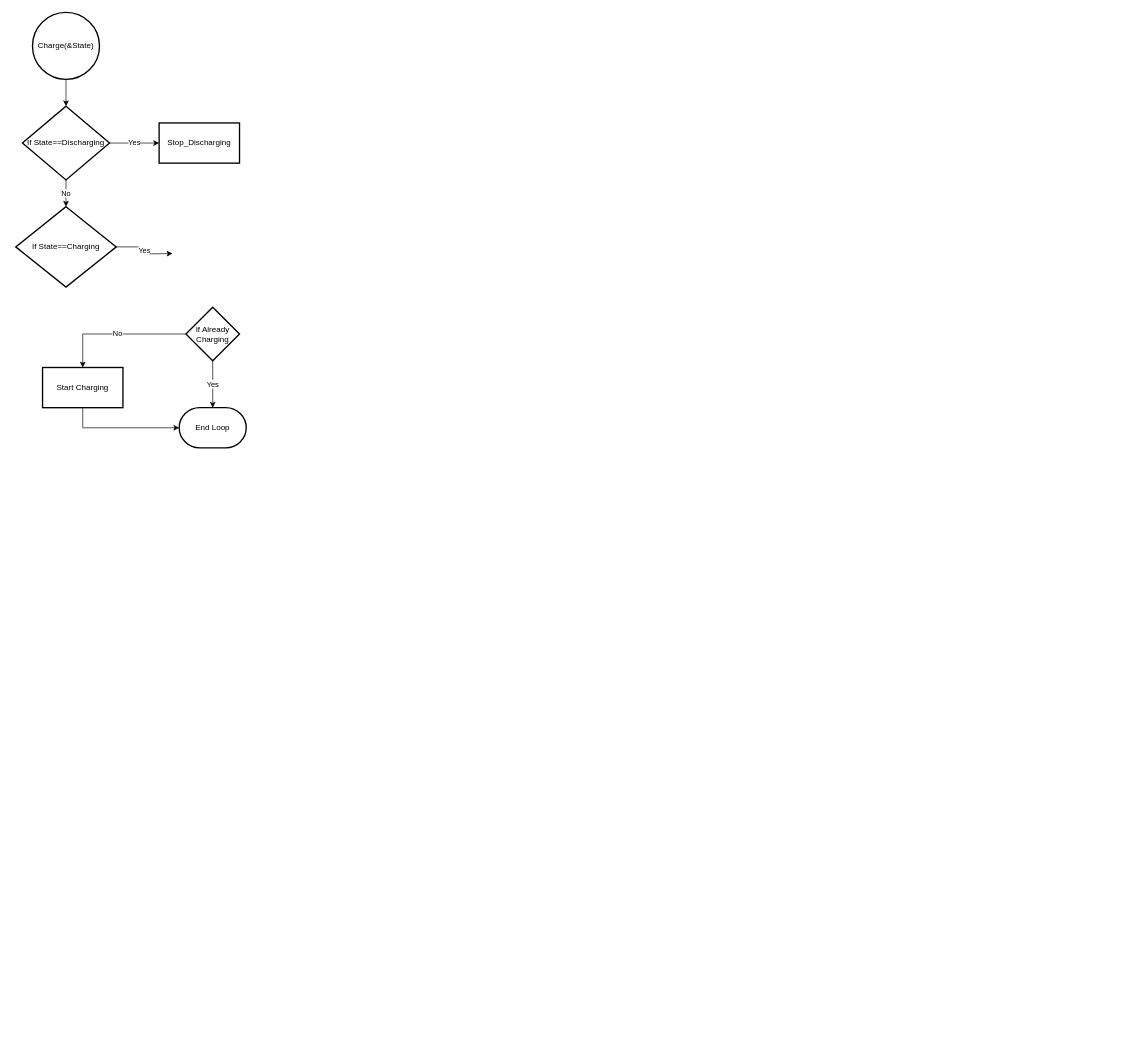
The draw.io diagram page "Action_Class_Flowchart" (1 of 4) of Software_Diagrams/Untitled Diagram.drawio in calebschmurr/CAES_Controls, before the edit. Source tidied: cells renumbered, new cells numbered last; positions are measured from the earlier drawing's top-left corner, leaving out a move shared by most shapes. Both pictures are drawn from the tidied source at 67%, with x=0, y=0 at pixel (15, 12).
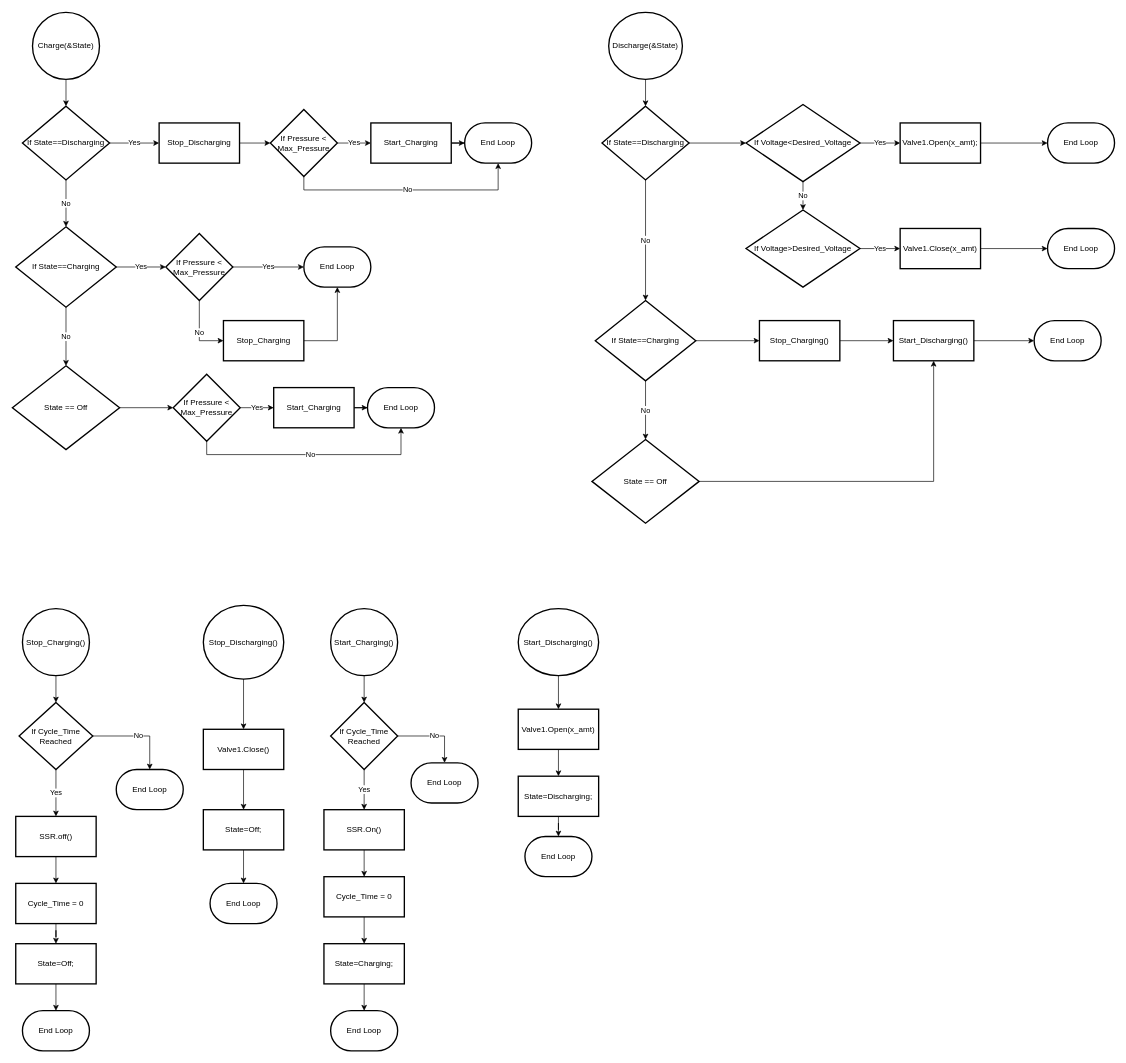
After the change.

The change refers to these unchanged cells:
```xml
<mxCell id="13" value="Stop_Discharging" style="whiteSpace=wrap;html=1;strokeWidth=2;" parent="1" vertex="1">
  <mxGeometry x="214" y="165" width="120" height="60" as="geometry" />
</mxCell>
```

Change to the diagram source:
```diff
@@
-    <mxCell id="4" value="End Loop" style="strokeWidth=2;html=1;shape=mxgraph.flowchart.terminator;whiteSpace=wrap;" parent="1" vertex="1">
-      <mxGeometry x="244" y="590" width="100" height="60" as="geometry" />
-    </mxCell>
-    <mxCell id="5" value="Yes" style="edgeStyle=orthogonalEdgeStyle;rounded=0;jettySize=auto;html=1;" parent="1" edge="1" source="6">
-      <mxGeometry relative="1" as="geometry">
-        <mxPoint x="234" y="360" as="targetPoint" />
-      </mxGeometry>
+    <mxCell id="5" value="Yes" style="edgeStyle=orthogonalEdgeStyle;rounded=0;jettySize=auto;html=1;entryX=0;entryY=0.5;entryDx=0;entryDy=0;entryPerimeter=0;" parent="1" edge="1" source="6" target="20">
+      <mxGeometry relative="1" as="geometry" />
     </mxCell>
+    <mxCell id="16" value="No" style="edgeStyle=orthogonalEdgeStyle;rounded=0;jettySize=auto;html=1;" parent="1" edge="1" source="6" target="22">
+      <mxGeometry relative="1" as="geometry" />
+    </mxCell>
     <mxCell id="6" value="If State==Charging" style="strokeWidth=2;html=1;shape=mxgraph.flowchart.decision;whiteSpace=wrap;" parent="1" vertex="1">
-      <mxGeometry y="290" width="150" height="120" as="geometry" />
+      <mxGeometry y="320" width="150" height="120" as="geometry" />
     </mxCell>
-    <mxCell id="7" value="Yes" style="edgeStyle=orthogonalEdgeStyle;rounded=0;jettySize=auto;html=1;" parent="1" edge="1" source="9" target="4">
-      <mxGeometry relative="1" as="geometry" />
-    </mxCell>
-    <mxCell id="8" value="No" style="edgeStyle=orthogonalEdgeStyle;rounded=0;jettySize=auto;html=1;" parent="1" edge="1" source="9" target="15">
-      <mxGeometry relative="1" as="geometry" />
-    </mxCell>
-    <mxCell id="9" value="If Already Charging" style="rhombus;whiteSpace=wrap;html=1;strokeWidth=2;" parent="1" vertex="1">
-      <mxGeometry x="254" y="440" width="80" height="80" as="geometry" />
-    </mxCell>
@@
+    <mxCell id="17" style="edgeStyle=orthogonalEdgeStyle;rounded=0;jettySize=auto;html=1;" parent="1" edge="1" source="13" target="68">
+      <mxGeometry relative="1" as="geometry" />
+    </mxCell>
@@
-    <mxCell id="14" style="edgeStyle=orthogonalEdgeStyle;rounded=0;jettySize=auto;html=1;exitX=0.5;exitY=1;exitDx=0;exitDy=0;" parent="1" edge="1" source="15" target="4">
-      <mxGeometry relative="1" as="geometry" />
-    </mxCell>
-    <mxCell id="15" value="Start Charging" style="whiteSpace=wrap;html=1;strokeWidth=2;" parent="1" vertex="1">
-      <mxGeometry x="40" y="530" width="120" height="60" as="geometry" />
-    </mxCell>
+    <mxCell id="18" value="Yes" style="edgeStyle=orthogonalEdgeStyle;rounded=0;jettySize=auto;html=1;" parent="1" edge="1" source="20" target="23">
+      <mxGeometry relative="1" as="geometry" />
+    </mxCell>
+    <mxCell id="19" value="No" style="edgeStyle=orthogonalEdgeStyle;rounded=0;jettySize=auto;html=1;exitX=0.5;exitY=1;exitDx=0;exitDy=0;exitPerimeter=0;entryX=0;entryY=0.5;entryDx=0;entryDy=0;" parent="1" edge="1" source="20" target="25">
+      <mxGeometry relative="1" as="geometry" />
+    </mxCell>
+    <mxCell id="20" value="If Pressure &amp;lt; Max_Pressure" style="strokeWidth=2;html=1;shape=mxgraph.flowchart.decision;whiteSpace=wrap;" parent="1" vertex="1">
+      <mxGeometry x="224" y="330" width="100" height="100" as="geometry" />
+    </mxCell>
+    <mxCell id="21" style="edgeStyle=orthogonalEdgeStyle;rounded=0;jettySize=auto;html=1;" parent="1" edge="1" source="22" target="74">
+      <mxGeometry relative="1" as="geometry" />
+    </mxCell>
+    <mxCell id="22" value="State == Off" style="rhombus;whiteSpace=wrap;html=1;strokeWidth=2;" parent="1" vertex="1">
+      <mxGeometry x="-5" y="527.5" width="160" height="125" as="geometry" />
+    </mxCell>
+    <mxCell id="23" value="End Loop" style="strokeWidth=2;html=1;shape=mxgraph.flowchart.terminator;whiteSpace=wrap;" parent="1" vertex="1">
+      <mxGeometry x="430" y="350" width="100" height="60" as="geometry" />
+    </mxCell>
+    <mxCell id="24" style="edgeStyle=orthogonalEdgeStyle;rounded=0;jettySize=auto;html=1;exitX=1;exitY=0.5;exitDx=0;exitDy=0;" parent="1" edge="1" source="25" target="23">
+      <mxGeometry relative="1" as="geometry" />
+    </mxCell>
+    <mxCell id="25" value="Stop_Charging" style="whiteSpace=wrap;html=1;strokeWidth=2;" parent="1" vertex="1">
+      <mxGeometry x="310" y="460" width="120" height="60" as="geometry" />
+    </mxCell>
+    <mxCell id="26" style="edgeStyle=orthogonalEdgeStyle;rounded=0;jettySize=auto;html=1;" parent="1" edge="1" source="27" target="30">
+      <mxGeometry relative="1" as="geometry" />
+    </mxCell>
+    <mxCell id="27" value="Stop_Charging()" style="strokeWidth=2;html=1;shape=mxgraph.flowchart.start_2;whiteSpace=wrap;" parent="1" vertex="1">
+      <mxGeometry x="10" y="890" width="100" height="100" as="geometry" />
+    </mxCell>
+    <mxCell id="28" value="Yes" style="edgeStyle=orthogonalEdgeStyle;rounded=0;jettySize=auto;html=1;" parent="1" edge="1" source="30" target="32">
+      <mxGeometry relative="1" as="geometry" />
+    </mxCell>
+    <mxCell id="29" value="No" style="edgeStyle=orthogonalEdgeStyle;rounded=0;jettySize=auto;html=1;exitX=1;exitY=0.5;exitDx=0;exitDy=0;entryX=0.5;entryY=0;entryDx=0;entryDy=0;entryPerimeter=0;" parent="1" edge="1" source="30" target="33">
+      <mxGeometry relative="1" as="geometry" />
+    </mxCell>
+    <mxCell id="30" value="If Cycle_Time Reached" style="rhombus;whiteSpace=wrap;html=1;strokeWidth=2;" parent="1" vertex="1">
+      <mxGeometry x="5" y="1030" width="110" height="100" as="geometry" />
+    </mxCell>
+    <mxCell id="31" style="edgeStyle=orthogonalEdgeStyle;rounded=0;jettySize=auto;html=1;" parent="1" edge="1" source="32" target="35">
+      <mxGeometry relative="1" as="geometry" />
+    </mxCell>
+    <mxCell id="32" value="SSR.off()" style="whiteSpace=wrap;html=1;strokeWidth=2;" parent="1" vertex="1">
+      <mxGeometry y="1200" width="120" height="60" as="geometry" />
+    </mxCell>
+    <mxCell id="33" value="End Loop" style="strokeWidth=2;html=1;shape=mxgraph.flowchart.terminator;whiteSpace=wrap;" parent="1" vertex="1">
+      <mxGeometry x="150" y="1130" width="100" height="60" as="geometry" />
+    </mxCell>
+    <mxCell id="34" style="edgeStyle=orthogonalEdgeStyle;rounded=0;jettySize=auto;html=1;" parent="1" edge="1" source="35" target="37">
+      <mxGeometry relative="1" as="geometry" />
+    </mxCell>
+    <mxCell id="35" value="Cycle_Time = 0" style="whiteSpace=wrap;html=1;strokeWidth=2;" parent="1" vertex="1">
+      <mxGeometry y="1300" width="120" height="60" as="geometry" />
+    </mxCell>
+    <mxCell id="36" style="edgeStyle=orthogonalEdgeStyle;rounded=0;jettySize=auto;html=1;" parent="1" edge="1" source="37" target="38">
+      <mxGeometry relative="1" as="geometry" />
+    </mxCell>
+    <mxCell id="37" value="State=Off;" style="whiteSpace=wrap;html=1;strokeWidth=2;" parent="1" vertex="1">
+      <mxGeometry y="1390" width="120" height="60" as="geometry" />
+    </mxCell>
+    <mxCell id="38" value="End Loop" style="strokeWidth=2;html=1;shape=mxgraph.flowchart.terminator;whiteSpace=wrap;" parent="1" vertex="1">
+      <mxGeometry x="10" y="1490" width="100" height="60" as="geometry" />
+    </mxCell>
+    <mxCell id="39" style="edgeStyle=orthogonalEdgeStyle;rounded=0;jettySize=auto;html=1;" parent="1" edge="1" source="40" target="42">
+      <mxGeometry relative="1" as="geometry" />
+    </mxCell>
+    <mxCell id="40" value="Stop_Discharging()" style="strokeWidth=2;html=1;shape=mxgraph.flowchart.start_2;whiteSpace=wrap;" parent="1" vertex="1">
+      <mxGeometry x="280" y="885" width="120" height="110" as="geometry" />
+    </mxCell>
+    <mxCell id="41" style="edgeStyle=orthogonalEdgeStyle;rounded=0;jettySize=auto;html=1;" parent="1" edge="1" source="42" target="65">
+      <mxGeometry relative="1" as="geometry" />
+    </mxCell>
+    <mxCell id="42" value="Valve1.Close()" style="whiteSpace=wrap;html=1;strokeWidth=2;" parent="1" vertex="1">
+      <mxGeometry x="280" y="1070" width="120" height="60" as="geometry" />
+    </mxCell>
+    <mxCell id="43" value="End Loop" style="strokeWidth=2;html=1;shape=mxgraph.flowchart.terminator;whiteSpace=wrap;" parent="1" vertex="1">
+      <mxGeometry x="290" y="1300" width="100" height="60" as="geometry" />
+    </mxCell>
+    <mxCell id="44" style="edgeStyle=orthogonalEdgeStyle;rounded=0;jettySize=auto;html=1;" parent="1" edge="1" source="45" target="48">
+      <mxGeometry relative="1" as="geometry" />
+    </mxCell>
+    <mxCell id="45" value="Start_Charging()" style="strokeWidth=2;html=1;shape=mxgraph.flowchart.start_2;whiteSpace=wrap;" parent="1" vertex="1">
+      <mxGeometry x="470" y="890" width="100" height="100" as="geometry" />
+    </mxCell>
+    <mxCell id="46" value="Yes" style="edgeStyle=orthogonalEdgeStyle;rounded=0;jettySize=auto;html=1;" parent="1" edge="1" source="48" target="50">
+      <mxGeometry relative="1" as="geometry" />
+    </mxCell>
+    <mxCell id="47" value="No" style="edgeStyle=orthogonalEdgeStyle;rounded=0;jettySize=auto;html=1;exitX=1;exitY=0.5;exitDx=0;exitDy=0;exitPerimeter=0;entryX=0.5;entryY=0;entryDx=0;entryDy=0;entryPerimeter=0;" parent="1" edge="1" source="48" target="56">
+      <mxGeometry relative="1" as="geometry" />
+    </mxCell>
+    <mxCell id="48" value="If Cycle_Time Reached" style="strokeWidth=2;html=1;shape=mxgraph.flowchart.decision;whiteSpace=wrap;" parent="1" vertex="1">
+      <mxGeometry x="470" y="1030" width="100" height="100" as="geometry" />
+    </mxCell>
+    <mxCell id="49" style="edgeStyle=orthogonalEdgeStyle;rounded=0;jettySize=auto;html=1;" parent="1" edge="1" source="50" target="52">
+      <mxGeometry relative="1" as="geometry" />
+    </mxCell>
+    <mxCell id="50" value="SSR.On()" style="whiteSpace=wrap;html=1;strokeWidth=2;" parent="1" vertex="1">
+      <mxGeometry x="460" y="1190" width="120" height="60" as="geometry" />
+    </mxCell>
+    <mxCell id="51" style="edgeStyle=orthogonalEdgeStyle;rounded=0;jettySize=auto;html=1;" parent="1" edge="1" source="52" target="54">
+      <mxGeometry relative="1" as="geometry" />
+    </mxCell>
+    <mxCell id="52" value="Cycle_Time = 0" style="whiteSpace=wrap;html=1;strokeWidth=2;" parent="1" vertex="1">
+      <mxGeometry x="460" y="1290" width="120" height="60" as="geometry" />
+    </mxCell>
+    <mxCell id="53" style="edgeStyle=orthogonalEdgeStyle;rounded=0;jettySize=auto;html=1;" parent="1" edge="1" source="54" target="55">
+      <mxGeometry relative="1" as="geometry" />
+    </mxCell>
+    <mxCell id="54" value="State=Charging;" style="whiteSpace=wrap;html=1;strokeWidth=2;" parent="1" vertex="1">
+      <mxGeometry x="460" y="1390" width="120" height="60" as="geometry" />
+    </mxCell>
+    <mxCell id="55" value="End Loop" style="strokeWidth=2;html=1;shape=mxgraph.flowchart.terminator;whiteSpace=wrap;" parent="1" vertex="1">
+      <mxGeometry x="470" y="1490" width="100" height="60" as="geometry" />
+    </mxCell>
+    <mxCell id="56" value="End Loop" style="strokeWidth=2;html=1;shape=mxgraph.flowchart.terminator;whiteSpace=wrap;" parent="1" vertex="1">
+      <mxGeometry x="590" y="1120" width="100" height="60" as="geometry" />
+    </mxCell>
+    <mxCell id="57" style="edgeStyle=orthogonalEdgeStyle;rounded=0;jettySize=auto;html=1;" parent="1" edge="1" source="58" target="60">
+      <mxGeometry relative="1" as="geometry" />
+    </mxCell>
+    <mxCell id="58" value="Start_Discharging()" style="strokeWidth=2;html=1;shape=mxgraph.flowchart.start_2;whiteSpace=wrap;" parent="1" vertex="1">
+      <mxGeometry x="750" y="890" width="120" height="100" as="geometry" />
+    </mxCell>
+    <mxCell id="59" style="edgeStyle=orthogonalEdgeStyle;rounded=0;jettySize=auto;html=1;" parent="1" edge="1" source="60" target="62">
+      <mxGeometry relative="1" as="geometry" />
+    </mxCell>
+    <mxCell id="60" value="Valve1.Open(x_amt)" style="whiteSpace=wrap;html=1;strokeWidth=2;" parent="1" vertex="1">
+      <mxGeometry x="750" y="1040" width="120" height="60" as="geometry" />
+    </mxCell>
+    <mxCell id="61" style="edgeStyle=orthogonalEdgeStyle;rounded=0;jettySize=auto;html=1;" parent="1" edge="1" source="62" target="63">
+      <mxGeometry relative="1" as="geometry" />
+    </mxCell>
+    <mxCell id="62" value="State=Discharging;" style="whiteSpace=wrap;html=1;strokeWidth=2;" parent="1" vertex="1">
+      <mxGeometry x="750" y="1140" width="120" height="60" as="geometry" />
+    </mxCell>
+    <mxCell id="63" value="End Loop" style="strokeWidth=2;html=1;shape=mxgraph.flowchart.terminator;whiteSpace=wrap;" parent="1" vertex="1">
+      <mxGeometry x="760" y="1230" width="100" height="60" as="geometry" />
+    </mxCell>
+    <mxCell id="64" style="edgeStyle=orthogonalEdgeStyle;rounded=0;jettySize=auto;html=1;" parent="1" edge="1" source="65" target="43">
+      <mxGeometry relative="1" as="geometry" />
+    </mxCell>
+    <mxCell id="65" value="State=Off;" style="whiteSpace=wrap;html=1;strokeWidth=2;" parent="1" vertex="1">
+      <mxGeometry x="280" y="1190" width="120" height="60" as="geometry" />
+    </mxCell>
+    <mxCell id="66" value="Yes" style="edgeStyle=orthogonalEdgeStyle;rounded=0;jettySize=auto;html=1;" parent="1" edge="1" source="68" target="71">
+      <mxGeometry relative="1" as="geometry" />
+    </mxCell>
+    <mxCell id="67" value="No" style="edgeStyle=orthogonalEdgeStyle;rounded=0;jettySize=auto;html=1;exitX=0.5;exitY=1;exitDx=0;exitDy=0;exitPerimeter=0;entryX=0.5;entryY=1;entryDx=0;entryDy=0;entryPerimeter=0;" parent="1" edge="1" source="68" target="69">
+      <mxGeometry relative="1" as="geometry" />
+    </mxCell>
+    <mxCell id="68" value="If Pressure &amp;lt; Max_Pressure" style="strokeWidth=2;html=1;shape=mxgraph.flowchart.decision;whiteSpace=wrap;" parent="1" vertex="1">
+      <mxGeometry x="380" y="145" width="100" height="100" as="geometry" />
+    </mxCell>
+    <mxCell id="69" value="End Loop" style="strokeWidth=2;html=1;shape=mxgraph.flowchart.terminator;whiteSpace=wrap;" parent="1" vertex="1">
+      <mxGeometry x="670" y="165" width="100" height="60" as="geometry" />
+    </mxCell>
+    <mxCell id="70" style="edgeStyle=orthogonalEdgeStyle;rounded=0;jettySize=auto;html=1;" parent="1" edge="1" source="71" target="69">
+      <mxGeometry relative="1" as="geometry" />
+    </mxCell>
+    <mxCell id="71" value="Start_Charging" style="whiteSpace=wrap;html=1;strokeWidth=2;" parent="1" vertex="1">
+      <mxGeometry x="530" y="165" width="120" height="60" as="geometry" />
+    </mxCell>
+    <mxCell id="72" value="Yes" style="edgeStyle=orthogonalEdgeStyle;rounded=0;jettySize=auto;html=1;" parent="1" edge="1" source="74" target="77">
+      <mxGeometry relative="1" as="geometry" />
+    </mxCell>
+    <mxCell id="73" value="No" style="edgeStyle=orthogonalEdgeStyle;rounded=0;jettySize=auto;html=1;exitX=0.5;exitY=1;exitDx=0;exitDy=0;exitPerimeter=0;entryX=0.5;entryY=1;entryDx=0;entryDy=0;entryPerimeter=0;" parent="1" edge="1" source="74" target="75">
+      <mxGeometry relative="1" as="geometry" />
+    </mxCell>
+    <mxCell id="74" value="If Pressure &amp;lt; Max_Pressure" style="strokeWidth=2;html=1;shape=mxgraph.flowchart.decision;whiteSpace=wrap;" parent="1" vertex="1">
+      <mxGeometry x="235" y="540" width="100" height="100" as="geometry" />
+    </mxCell>
+    <mxCell id="75" value="End Loop" style="strokeWidth=2;html=1;shape=mxgraph.flowchart.terminator;whiteSpace=wrap;" parent="1" vertex="1">
+      <mxGeometry x="525" y="560" width="100" height="60" as="geometry" />
+    </mxCell>
+    <mxCell id="76" style="edgeStyle=orthogonalEdgeStyle;rounded=0;jettySize=auto;html=1;" parent="1" edge="1" source="77" target="75">
+      <mxGeometry relative="1" as="geometry" />
+    </mxCell>
+    <mxCell id="77" value="Start_Charging" style="whiteSpace=wrap;html=1;strokeWidth=2;" parent="1" vertex="1">
+      <mxGeometry x="385" y="560" width="120" height="60" as="geometry" />
+    </mxCell>
+    <mxCell id="78" style="edgeStyle=orthogonalEdgeStyle;rounded=0;jettySize=auto;html=1;" parent="1" edge="1" source="79" target="85">
+      <mxGeometry relative="1" as="geometry" />
+    </mxCell>
+    <mxCell id="79" value="Discharge(&amp;amp;State)" style="strokeWidth=2;html=1;shape=mxgraph.flowchart.start_2;whiteSpace=wrap;" parent="1" vertex="1">
+      <mxGeometry x="885" width="110" height="100" as="geometry" />
+    </mxCell>
+    <mxCell id="80" value="No" style="edgeStyle=orthogonalEdgeStyle;rounded=0;jettySize=auto;html=1;" parent="1" edge="1" source="82" target="87">
+      <mxGeometry relative="1" as="geometry" />
+    </mxCell>
+    <mxCell id="81" style="edgeStyle=orthogonalEdgeStyle;rounded=0;jettySize=auto;html=1;" parent="1" edge="1" source="82" target="100">
+      <mxGeometry relative="1" as="geometry" />
+    </mxCell>
+    <mxCell id="82" value="If State==Charging" style="strokeWidth=2;html=1;shape=mxgraph.flowchart.decision;whiteSpace=wrap;" parent="1" vertex="1">
+      <mxGeometry x="865" y="430" width="150" height="120" as="geometry" />
+    </mxCell>
+    <mxCell id="83" value="No" style="edgeStyle=orthogonalEdgeStyle;rounded=0;jettySize=auto;html=1;" parent="1" edge="1" source="85" target="82">
+      <mxGeometry relative="1" as="geometry" />
+    </mxCell>
+    <mxCell id="84" style="edgeStyle=orthogonalEdgeStyle;rounded=0;jettySize=auto;html=1;" parent="1" edge="1" source="85" target="90">
+      <mxGeometry relative="1" as="geometry" />
+    </mxCell>
+    <mxCell id="85" value="If State==Discharging" style="strokeWidth=2;html=1;shape=mxgraph.flowchart.decision;whiteSpace=wrap;" parent="1" vertex="1">
+      <mxGeometry x="875" y="140" width="130" height="110" as="geometry" />
+    </mxCell>
+    <mxCell id="86" style="edgeStyle=orthogonalEdgeStyle;rounded=0;jettySize=auto;html=1;exitX=1;exitY=0.5;exitDx=0;exitDy=0;entryX=0.5;entryY=1;entryDx=0;entryDy=0;" parent="1" edge="1" source="87" target="102">
+      <mxGeometry relative="1" as="geometry" />
+    </mxCell>
+    <mxCell id="87" value="State == Off" style="rhombus;whiteSpace=wrap;html=1;strokeWidth=2;" parent="1" vertex="1">
+      <mxGeometry x="860" y="637.5" width="160" height="125" as="geometry" />
+    </mxCell>
+    <mxCell id="88" value="Yes" style="edgeStyle=orthogonalEdgeStyle;rounded=0;jettySize=auto;html=1;" parent="1" edge="1" source="90" target="92">
+      <mxGeometry relative="1" as="geometry" />
+    </mxCell>
+    <mxCell id="89" value="No" style="edgeStyle=orthogonalEdgeStyle;rounded=0;jettySize=auto;html=1;" parent="1" edge="1" source="90" target="94">
+      <mxGeometry relative="1" as="geometry" />
+    </mxCell>
+    <mxCell id="90" value="If Voltage&amp;lt;Desired_Voltage" style="rhombus;whiteSpace=wrap;html=1;strokeWidth=2;" parent="1" vertex="1">
+      <mxGeometry x="1090" y="137.5" width="170" height="115" as="geometry" />
+    </mxCell>
+    <mxCell id="91" style="edgeStyle=orthogonalEdgeStyle;rounded=0;jettySize=auto;html=1;" parent="1" edge="1" source="92" target="97">
+      <mxGeometry relative="1" as="geometry" />
+    </mxCell>
+    <mxCell id="92" value="Valve1.Open(x_amt);" style="whiteSpace=wrap;html=1;strokeWidth=2;" parent="1" vertex="1">
+      <mxGeometry x="1320" y="165" width="120" height="60" as="geometry" />
+    </mxCell>
+    <mxCell id="93" value="Yes" style="edgeStyle=orthogonalEdgeStyle;rounded=0;jettySize=auto;html=1;" parent="1" edge="1" source="94" target="96">
+      <mxGeometry relative="1" as="geometry" />
+    </mxCell>
+    <mxCell id="94" value="If Voltage&amp;gt;Desired_Voltage" style="rhombus;whiteSpace=wrap;html=1;strokeWidth=2;" parent="1" vertex="1">
+      <mxGeometry x="1090" y="295" width="170" height="115" as="geometry" />
+    </mxCell>
+    <mxCell id="95" style="edgeStyle=orthogonalEdgeStyle;rounded=0;jettySize=auto;html=1;" parent="1" edge="1" source="96" target="98">
+      <mxGeometry relative="1" as="geometry" />
+    </mxCell>
+    <mxCell id="96" value="Valve1.Close(x_amt)" style="whiteSpace=wrap;html=1;strokeWidth=2;" parent="1" vertex="1">
+      <mxGeometry x="1320" y="322.5" width="120" height="60" as="geometry" />
+    </mxCell>
+    <mxCell id="97" value="End Loop" style="strokeWidth=2;html=1;shape=mxgraph.flowchart.terminator;whiteSpace=wrap;" parent="1" vertex="1">
+      <mxGeometry x="1540" y="165" width="100" height="60" as="geometry" />
+    </mxCell>
+    <mxCell id="98" value="End Loop" style="strokeWidth=2;html=1;shape=mxgraph.flowchart.terminator;whiteSpace=wrap;" parent="1" vertex="1">
+      <mxGeometry x="1540" y="322.5" width="100" height="60" as="geometry" />
+    </mxCell>
+    <mxCell id="99" style="edgeStyle=orthogonalEdgeStyle;rounded=0;jettySize=auto;html=1;" parent="1" edge="1" source="100" target="102">
+      <mxGeometry relative="1" as="geometry" />
+    </mxCell>
+    <mxCell id="100" value="Stop_Charging()" style="whiteSpace=wrap;html=1;strokeWidth=2;" parent="1" vertex="1">
+      <mxGeometry x="1110" y="460" width="120" height="60" as="geometry" />
+    </mxCell>
+    <mxCell id="101" style="edgeStyle=orthogonalEdgeStyle;rounded=0;jettySize=auto;html=1;" parent="1" edge="1" source="102" target="103">
+      <mxGeometry relative="1" as="geometry" />
+    </mxCell>
+    <mxCell id="102" value="Start_Discharging()" style="whiteSpace=wrap;html=1;strokeWidth=2;" parent="1" vertex="1">
+      <mxGeometry x="1310" y="460" width="120" height="60" as="geometry" />
+    </mxCell>
+    <mxCell id="103" value="End Loop" style="strokeWidth=2;html=1;shape=mxgraph.flowchart.terminator;whiteSpace=wrap;" parent="1" vertex="1">
+      <mxGeometry x="1520" y="460" width="100" height="60" as="geometry" />
+    </mxCell>
```
